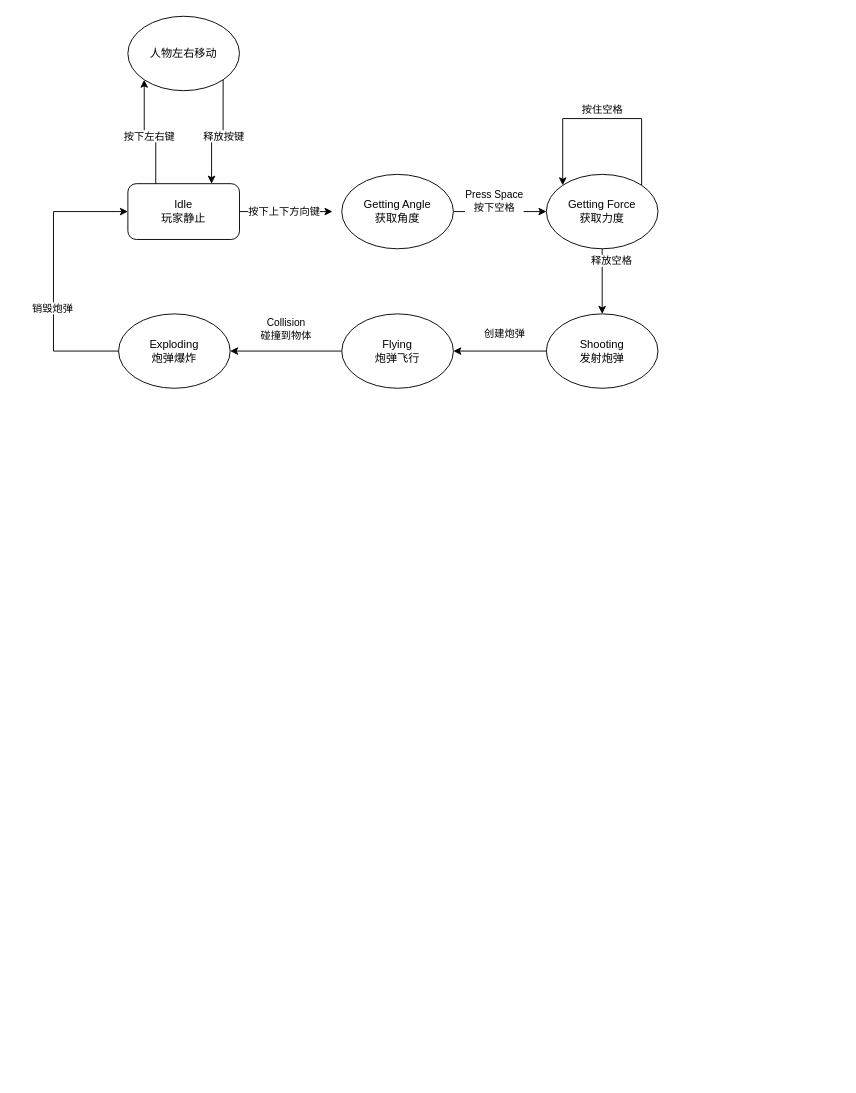
The draw.io diagram openDDT/设计文档/状态机.drawio in wangqqiyue/Games, before the edit. Source tidied: cells renumbered, new cells numbered last; positions are measured from the earlier drawing's top-left corner, leaving out a move shared by most shapes. Both pictures are drawn from the tidied source at 93%, with x=0, y=0 at pixel (53, 16).
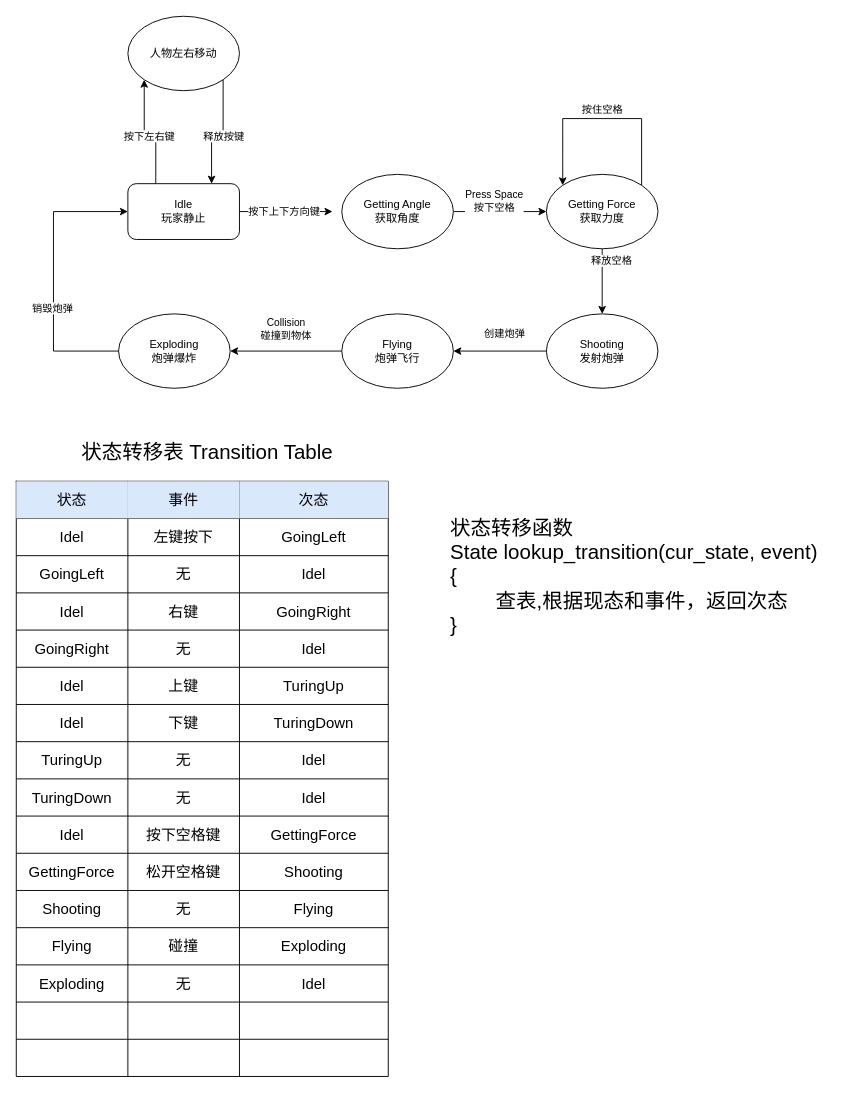
The same page after the edit.

Commit message:
[design] 更新状态机,增加状态转移表

Change to the diagram source:
```diff
@@
+    <mxCell id="27" style="shape=table;startSize=0;childLayout=tableLayout;fontSize=16;" parent="1" vertex="1">
+      <mxGeometry x="-40" y="500" width="400" height="640" as="geometry" />
+    </mxCell>
+    <mxCell id="28" style="shape=tableRow;horizontal=0;startSize=0;swimlaneHead=0;swimlaneBody=0;strokeColor=inherit;top=0;left=0;bottom=0;right=0;fillColor=none;fontSize=16;" parent="27" vertex="1">
+      <mxGeometry width="400" height="40" as="geometry" />
+    </mxCell>
+    <mxCell id="29" value="状态" style="shape=partialRectangle;html=1;whiteSpace=wrap;strokeColor=#6c8ebf;overflow=hidden;fillColor=#dae8fc;top=0;left=0;bottom=0;right=0;fontSize=16;" parent="28" vertex="1">
+      <mxGeometry width="120" height="40" as="geometry" />
+    </mxCell>
+    <mxCell id="30" value="事件" style="shape=partialRectangle;html=1;whiteSpace=wrap;strokeColor=#6c8ebf;overflow=hidden;fillColor=#dae8fc;top=0;left=0;bottom=0;right=0;fontSize=16;" parent="28" vertex="1">
+      <mxGeometry x="120" width="120" height="40" as="geometry" />
+    </mxCell>
+    <mxCell id="31" value="次态" style="shape=partialRectangle;html=1;whiteSpace=wrap;strokeColor=#6c8ebf;overflow=hidden;fillColor=#dae8fc;top=0;left=0;bottom=0;right=0;fontSize=16;" parent="28" vertex="1">
+      <mxGeometry x="240" width="160" height="40" as="geometry" />
+    </mxCell>
+    <mxCell id="32" style="shape=tableRow;horizontal=0;startSize=0;swimlaneHead=0;swimlaneBody=0;strokeColor=inherit;top=0;left=0;bottom=0;right=0;fillColor=none;fontSize=16;" parent="27" vertex="1">
+      <mxGeometry y="40" width="400" height="40" as="geometry" />
+    </mxCell>
+    <mxCell id="33" value="Idel" style="shape=partialRectangle;html=1;whiteSpace=wrap;strokeColor=inherit;overflow=hidden;fillColor=none;top=0;left=0;bottom=0;right=0;fontSize=16;" parent="32" vertex="1">
+      <mxGeometry width="120" height="40" as="geometry" />
+    </mxCell>
+    <mxCell id="34" value="左键按下" style="shape=partialRectangle;html=1;whiteSpace=wrap;strokeColor=inherit;overflow=hidden;fillColor=none;top=0;left=0;bottom=0;right=0;fontSize=16;" parent="32" vertex="1">
+      <mxGeometry x="120" width="120" height="40" as="geometry" />
+    </mxCell>
+    <mxCell id="35" value="GoingLeft" style="shape=partialRectangle;html=1;whiteSpace=wrap;strokeColor=inherit;overflow=hidden;fillColor=none;top=0;left=0;bottom=0;right=0;fontSize=16;" parent="32" vertex="1">
+      <mxGeometry x="240" width="160" height="40" as="geometry" />
+    </mxCell>
+    <mxCell id="36" style="shape=tableRow;horizontal=0;startSize=0;swimlaneHead=0;swimlaneBody=0;strokeColor=inherit;top=0;left=0;bottom=0;right=0;fillColor=none;fontSize=16;" parent="27" vertex="1">
+      <mxGeometry y="80" width="400" height="40" as="geometry" />
+    </mxCell>
+    <mxCell id="37" value="GoingLeft" style="shape=partialRectangle;html=1;whiteSpace=wrap;strokeColor=inherit;overflow=hidden;fillColor=none;top=0;left=0;bottom=0;right=0;fontSize=16;" parent="36" vertex="1">
+      <mxGeometry width="120" height="40" as="geometry" />
+    </mxCell>
+    <mxCell id="38" value="无" style="shape=partialRectangle;html=1;whiteSpace=wrap;strokeColor=inherit;overflow=hidden;fillColor=none;top=0;left=0;bottom=0;right=0;fontSize=16;" parent="36" vertex="1">
+      <mxGeometry x="120" width="120" height="40" as="geometry" />
+    </mxCell>
+    <mxCell id="39" value="Idel" style="shape=partialRectangle;html=1;whiteSpace=wrap;strokeColor=inherit;overflow=hidden;fillColor=none;top=0;left=0;bottom=0;right=0;fontSize=16;" parent="36" vertex="1">
+      <mxGeometry x="240" width="160" height="40" as="geometry" />
+    </mxCell>
+    <mxCell id="40" style="shape=tableRow;horizontal=0;startSize=0;swimlaneHead=0;swimlaneBody=0;strokeColor=inherit;top=0;left=0;bottom=0;right=0;fillColor=none;fontSize=16;" parent="27" vertex="1">
+      <mxGeometry y="120" width="400" height="40" as="geometry" />
+    </mxCell>
+    <mxCell id="41" value="Idel" style="shape=partialRectangle;html=1;whiteSpace=wrap;strokeColor=inherit;overflow=hidden;fillColor=none;top=0;left=0;bottom=0;right=0;fontSize=16;" parent="40" vertex="1">
+      <mxGeometry width="120" height="40" as="geometry" />
+    </mxCell>
+    <mxCell id="42" value="右键" style="shape=partialRectangle;html=1;whiteSpace=wrap;strokeColor=inherit;overflow=hidden;fillColor=none;top=0;left=0;bottom=0;right=0;fontSize=16;" parent="40" vertex="1">
+      <mxGeometry x="120" width="120" height="40" as="geometry" />
+    </mxCell>
+    <mxCell id="43" value="GoingRight" style="shape=partialRectangle;html=1;whiteSpace=wrap;strokeColor=inherit;overflow=hidden;fillColor=none;top=0;left=0;bottom=0;right=0;fontSize=16;" parent="40" vertex="1">
+      <mxGeometry x="240" width="160" height="40" as="geometry" />
+    </mxCell>
+    <mxCell id="44" style="shape=tableRow;horizontal=0;startSize=0;swimlaneHead=0;swimlaneBody=0;strokeColor=inherit;top=0;left=0;bottom=0;right=0;fillColor=none;fontSize=16;" parent="27" vertex="1">
+      <mxGeometry y="160" width="400" height="40" as="geometry" />
+    </mxCell>
+    <mxCell id="45" value="GoingRight" style="shape=partialRectangle;html=1;whiteSpace=wrap;strokeColor=inherit;overflow=hidden;fillColor=none;top=0;left=0;bottom=0;right=0;fontSize=16;" parent="44" vertex="1">
+      <mxGeometry width="120" height="40" as="geometry" />
+    </mxCell>
+    <mxCell id="46" value="无" style="shape=partialRectangle;html=1;whiteSpace=wrap;strokeColor=inherit;overflow=hidden;fillColor=none;top=0;left=0;bottom=0;right=0;fontSize=16;" parent="44" vertex="1">
+      <mxGeometry x="120" width="120" height="40" as="geometry" />
+    </mxCell>
+    <mxCell id="47" value="Idel" style="shape=partialRectangle;html=1;whiteSpace=wrap;strokeColor=inherit;overflow=hidden;fillColor=none;top=0;left=0;bottom=0;right=0;fontSize=16;" parent="44" vertex="1">
+      <mxGeometry x="240" width="160" height="40" as="geometry" />
+    </mxCell>
+    <mxCell id="48" style="shape=tableRow;horizontal=0;startSize=0;swimlaneHead=0;swimlaneBody=0;strokeColor=inherit;top=0;left=0;bottom=0;right=0;fillColor=none;fontSize=16;" parent="27" vertex="1">
+      <mxGeometry y="200" width="400" height="40" as="geometry" />
+    </mxCell>
+    <mxCell id="49" value="Idel" style="shape=partialRectangle;html=1;whiteSpace=wrap;strokeColor=inherit;overflow=hidden;fillColor=none;top=0;left=0;bottom=0;right=0;fontSize=16;" parent="48" vertex="1">
+      <mxGeometry width="120" height="40" as="geometry" />
+    </mxCell>
+    <mxCell id="50" value="上键" style="shape=partialRectangle;html=1;whiteSpace=wrap;strokeColor=inherit;overflow=hidden;fillColor=none;top=0;left=0;bottom=0;right=0;fontSize=16;" parent="48" vertex="1">
+      <mxGeometry x="120" width="120" height="40" as="geometry" />
+    </mxCell>
+    <mxCell id="51" value="TuringUp" style="shape=partialRectangle;html=1;whiteSpace=wrap;strokeColor=inherit;overflow=hidden;fillColor=none;top=0;left=0;bottom=0;right=0;fontSize=16;" parent="48" vertex="1">
+      <mxGeometry x="240" width="160" height="40" as="geometry" />
+    </mxCell>
+    <mxCell id="52" style="shape=tableRow;horizontal=0;startSize=0;swimlaneHead=0;swimlaneBody=0;strokeColor=inherit;top=0;left=0;bottom=0;right=0;fillColor=none;fontSize=16;" parent="27" vertex="1">
+      <mxGeometry y="240" width="400" height="40" as="geometry" />
+    </mxCell>
+    <mxCell id="53" value="Idel" style="shape=partialRectangle;html=1;whiteSpace=wrap;strokeColor=inherit;overflow=hidden;fillColor=none;top=0;left=0;bottom=0;right=0;fontSize=16;" parent="52" vertex="1">
+      <mxGeometry width="120" height="40" as="geometry" />
+    </mxCell>
+    <mxCell id="54" value="下键" style="shape=partialRectangle;html=1;whiteSpace=wrap;strokeColor=inherit;overflow=hidden;fillColor=none;top=0;left=0;bottom=0;right=0;fontSize=16;" parent="52" vertex="1">
+      <mxGeometry x="120" width="120" height="40" as="geometry" />
+    </mxCell>
+    <mxCell id="55" value="TuringDown" style="shape=partialRectangle;html=1;whiteSpace=wrap;strokeColor=inherit;overflow=hidden;fillColor=none;top=0;left=0;bottom=0;right=0;fontSize=16;" parent="52" vertex="1">
+      <mxGeometry x="240" width="160" height="40" as="geometry" />
+    </mxCell>
+    <mxCell id="56" style="shape=tableRow;horizontal=0;startSize=0;swimlaneHead=0;swimlaneBody=0;strokeColor=inherit;top=0;left=0;bottom=0;right=0;fillColor=none;fontSize=16;" parent="27" vertex="1">
+      <mxGeometry y="280" width="400" height="40" as="geometry" />
+    </mxCell>
+    <mxCell id="57" value="TuringUp" style="shape=partialRectangle;html=1;whiteSpace=wrap;strokeColor=inherit;overflow=hidden;fillColor=none;top=0;left=0;bottom=0;right=0;fontSize=16;" parent="56" vertex="1">
+      <mxGeometry width="120" height="40" as="geometry" />
+    </mxCell>
+    <mxCell id="58" value="无" style="shape=partialRectangle;html=1;whiteSpace=wrap;strokeColor=inherit;overflow=hidden;fillColor=none;top=0;left=0;bottom=0;right=0;fontSize=16;" parent="56" vertex="1">
+      <mxGeometry x="120" width="120" height="40" as="geometry" />
+    </mxCell>
+    <mxCell id="59" value="Idel" style="shape=partialRectangle;html=1;whiteSpace=wrap;strokeColor=inherit;overflow=hidden;fillColor=none;top=0;left=0;bottom=0;right=0;fontSize=16;" parent="56" vertex="1">
+      <mxGeometry x="240" width="160" height="40" as="geometry" />
+    </mxCell>
+    <mxCell id="60" style="shape=tableRow;horizontal=0;startSize=0;swimlaneHead=0;swimlaneBody=0;strokeColor=inherit;top=0;left=0;bottom=0;right=0;fillColor=none;fontSize=16;" parent="27" vertex="1">
+      <mxGeometry y="320" width="400" height="40" as="geometry" />
+    </mxCell>
+    <mxCell id="61" value="TuringDown" style="shape=partialRectangle;html=1;whiteSpace=wrap;strokeColor=inherit;overflow=hidden;fillColor=none;top=0;left=0;bottom=0;right=0;fontSize=16;" parent="60" vertex="1">
+      <mxGeometry width="120" height="40" as="geometry" />
+    </mxCell>
+    <mxCell id="62" value="无" style="shape=partialRectangle;html=1;whiteSpace=wrap;strokeColor=inherit;overflow=hidden;fillColor=none;top=0;left=0;bottom=0;right=0;fontSize=16;" parent="60" vertex="1">
+      <mxGeometry x="120" width="120" height="40" as="geometry" />
+    </mxCell>
+    <mxCell id="63" value="Idel" style="shape=partialRectangle;html=1;whiteSpace=wrap;strokeColor=inherit;overflow=hidden;fillColor=none;top=0;left=0;bottom=0;right=0;fontSize=16;" parent="60" vertex="1">
+      <mxGeometry x="240" width="160" height="40" as="geometry" />
+    </mxCell>
+    <mxCell id="64" style="shape=tableRow;horizontal=0;startSize=0;swimlaneHead=0;swimlaneBody=0;strokeColor=inherit;top=0;left=0;bottom=0;right=0;fillColor=none;fontSize=16;" parent="27" vertex="1">
+      <mxGeometry y="360" width="400" height="40" as="geometry" />
+    </mxCell>
+    <mxCell id="65" value="Idel" style="shape=partialRectangle;html=1;whiteSpace=wrap;strokeColor=inherit;overflow=hidden;fillColor=none;top=0;left=0;bottom=0;right=0;fontSize=16;" parent="64" vertex="1">
+      <mxGeometry width="120" height="40" as="geometry" />
+    </mxCell>
+    <mxCell id="66" value="按下空格键" style="shape=partialRectangle;html=1;whiteSpace=wrap;strokeColor=inherit;overflow=hidden;fillColor=none;top=0;left=0;bottom=0;right=0;fontSize=16;" parent="64" vertex="1">
+      <mxGeometry x="120" width="120" height="40" as="geometry" />
+    </mxCell>
+    <mxCell id="67" value="GettingForce" style="shape=partialRectangle;html=1;whiteSpace=wrap;strokeColor=inherit;overflow=hidden;fillColor=none;top=0;left=0;bottom=0;right=0;fontSize=16;" parent="64" vertex="1">
+      <mxGeometry x="240" width="160" height="40" as="geometry" />
+    </mxCell>
+    <mxCell id="68" style="shape=tableRow;horizontal=0;startSize=0;swimlaneHead=0;swimlaneBody=0;strokeColor=inherit;top=0;left=0;bottom=0;right=0;fillColor=none;fontSize=16;" parent="27" vertex="1">
+      <mxGeometry y="400" width="400" height="40" as="geometry" />
+    </mxCell>
+    <mxCell id="69" value="GettingForce" style="shape=partialRectangle;html=1;whiteSpace=wrap;strokeColor=inherit;overflow=hidden;fillColor=none;top=0;left=0;bottom=0;right=0;fontSize=16;" parent="68" vertex="1">
+      <mxGeometry width="120" height="40" as="geometry" />
+    </mxCell>
+    <mxCell id="70" value="松开空格键" style="shape=partialRectangle;html=1;whiteSpace=wrap;strokeColor=inherit;overflow=hidden;fillColor=none;top=0;left=0;bottom=0;right=0;fontSize=16;" parent="68" vertex="1">
+      <mxGeometry x="120" width="120" height="40" as="geometry" />
+    </mxCell>
+    <mxCell id="71" value="Shooting" style="shape=partialRectangle;html=1;whiteSpace=wrap;strokeColor=inherit;overflow=hidden;fillColor=none;top=0;left=0;bottom=0;right=0;fontSize=16;" parent="68" vertex="1">
+      <mxGeometry x="240" width="160" height="40" as="geometry" />
+    </mxCell>
+    <mxCell id="72" style="shape=tableRow;horizontal=0;startSize=0;swimlaneHead=0;swimlaneBody=0;strokeColor=inherit;top=0;left=0;bottom=0;right=0;fillColor=none;fontSize=16;" parent="27" vertex="1">
+      <mxGeometry y="440" width="400" height="40" as="geometry" />
+    </mxCell>
+    <mxCell id="73" value="Shooting" style="shape=partialRectangle;html=1;whiteSpace=wrap;strokeColor=inherit;overflow=hidden;fillColor=none;top=0;left=0;bottom=0;right=0;fontSize=16;" parent="72" vertex="1">
+      <mxGeometry width="120" height="40" as="geometry" />
+    </mxCell>
+    <mxCell id="74" value="无" style="shape=partialRectangle;html=1;whiteSpace=wrap;strokeColor=inherit;overflow=hidden;fillColor=none;top=0;left=0;bottom=0;right=0;fontSize=16;" parent="72" vertex="1">
+      <mxGeometry x="120" width="120" height="40" as="geometry" />
+    </mxCell>
+    <mxCell id="75" value="Flying" style="shape=partialRectangle;html=1;whiteSpace=wrap;strokeColor=inherit;overflow=hidden;fillColor=none;top=0;left=0;bottom=0;right=0;fontSize=16;" parent="72" vertex="1">
+      <mxGeometry x="240" width="160" height="40" as="geometry" />
+    </mxCell>
+    <mxCell id="76" style="shape=tableRow;horizontal=0;startSize=0;swimlaneHead=0;swimlaneBody=0;strokeColor=inherit;top=0;left=0;bottom=0;right=0;fillColor=none;fontSize=16;" parent="27" vertex="1">
+      <mxGeometry y="480" width="400" height="40" as="geometry" />
+    </mxCell>
+    <mxCell id="77" value="Flying" style="shape=partialRectangle;html=1;whiteSpace=wrap;strokeColor=inherit;overflow=hidden;fillColor=none;top=0;left=0;bottom=0;right=0;fontSize=16;" parent="76" vertex="1">
+      <mxGeometry width="120" height="40" as="geometry" />
+    </mxCell>
+    <mxCell id="78" value="碰撞" style="shape=partialRectangle;html=1;whiteSpace=wrap;strokeColor=inherit;overflow=hidden;fillColor=none;top=0;left=0;bottom=0;right=0;fontSize=16;" parent="76" vertex="1">
+      <mxGeometry x="120" width="120" height="40" as="geometry" />
+    </mxCell>
+    <mxCell id="79" value="Exploding" style="shape=partialRectangle;html=1;whiteSpace=wrap;strokeColor=inherit;overflow=hidden;fillColor=none;top=0;left=0;bottom=0;right=0;fontSize=16;" parent="76" vertex="1">
+      <mxGeometry x="240" width="160" height="40" as="geometry" />
+    </mxCell>
+    <mxCell id="80" style="shape=tableRow;horizontal=0;startSize=0;swimlaneHead=0;swimlaneBody=0;strokeColor=inherit;top=0;left=0;bottom=0;right=0;fillColor=none;fontSize=16;" parent="27" vertex="1">
+      <mxGeometry y="520" width="400" height="40" as="geometry" />
+    </mxCell>
+    <mxCell id="81" value="Exploding" style="shape=partialRectangle;html=1;whiteSpace=wrap;strokeColor=inherit;overflow=hidden;fillColor=none;top=0;left=0;bottom=0;right=0;fontSize=16;" parent="80" vertex="1">
+      <mxGeometry width="120" height="40" as="geometry" />
+    </mxCell>
+    <mxCell id="82" value="无" style="shape=partialRectangle;html=1;whiteSpace=wrap;strokeColor=inherit;overflow=hidden;fillColor=none;top=0;left=0;bottom=0;right=0;fontSize=16;" parent="80" vertex="1">
+      <mxGeometry x="120" width="120" height="40" as="geometry" />
+    </mxCell>
+    <mxCell id="83" value="Idel" style="shape=partialRectangle;html=1;whiteSpace=wrap;strokeColor=inherit;overflow=hidden;fillColor=none;top=0;left=0;bottom=0;right=0;fontSize=16;" parent="80" vertex="1">
+      <mxGeometry x="240" width="160" height="40" as="geometry" />
+    </mxCell>
+    <mxCell id="84" style="shape=tableRow;horizontal=0;startSize=0;swimlaneHead=0;swimlaneBody=0;strokeColor=inherit;top=0;left=0;bottom=0;right=0;fillColor=none;fontSize=16;" parent="27" vertex="1">
+      <mxGeometry y="560" width="400" height="40" as="geometry" />
+    </mxCell>
+    <mxCell id="85" style="shape=partialRectangle;html=1;whiteSpace=wrap;strokeColor=inherit;overflow=hidden;fillColor=none;top=0;left=0;bottom=0;right=0;fontSize=16;" parent="84" vertex="1">
+      <mxGeometry width="120" height="40" as="geometry" />
+    </mxCell>
+    <mxCell id="86" style="shape=partialRectangle;html=1;whiteSpace=wrap;strokeColor=inherit;overflow=hidden;fillColor=none;top=0;left=0;bottom=0;right=0;fontSize=16;" parent="84" vertex="1">
+      <mxGeometry x="120" width="120" height="40" as="geometry" />
+    </mxCell>
+    <mxCell id="87" style="shape=partialRectangle;html=1;whiteSpace=wrap;strokeColor=inherit;overflow=hidden;fillColor=none;top=0;left=0;bottom=0;right=0;fontSize=16;" parent="84" vertex="1">
+      <mxGeometry x="240" width="160" height="40" as="geometry" />
+    </mxCell>
+    <mxCell id="88" style="shape=tableRow;horizontal=0;startSize=0;swimlaneHead=0;swimlaneBody=0;strokeColor=inherit;top=0;left=0;bottom=0;right=0;fillColor=none;fontSize=16;" parent="27" vertex="1">
+      <mxGeometry y="600" width="400" height="40" as="geometry" />
+    </mxCell>
+    <mxCell id="89" style="shape=partialRectangle;html=1;whiteSpace=wrap;strokeColor=inherit;overflow=hidden;fillColor=none;top=0;left=0;bottom=0;right=0;fontSize=16;" parent="88" vertex="1">
+      <mxGeometry width="120" height="40" as="geometry" />
+    </mxCell>
+    <mxCell id="90" style="shape=partialRectangle;html=1;whiteSpace=wrap;strokeColor=inherit;overflow=hidden;fillColor=none;top=0;left=0;bottom=0;right=0;fontSize=16;" parent="88" vertex="1">
+      <mxGeometry x="120" width="120" height="40" as="geometry" />
+    </mxCell>
+    <mxCell id="91" style="shape=partialRectangle;html=1;whiteSpace=wrap;strokeColor=inherit;overflow=hidden;fillColor=none;top=0;left=0;bottom=0;right=0;fontSize=16;" parent="88" vertex="1">
+      <mxGeometry x="240" width="160" height="40" as="geometry" />
+    </mxCell>
+    <mxCell id="92" value="&lt;font style=&quot;font-size: 22px;&quot;&gt;状态转移表 Transition Table&lt;/font&gt;" style="text;html=1;align=center;verticalAlign=middle;strokeColor=none;fillColor=none;" parent="1" vertex="1">
+      <mxGeometry x="20" y="450" width="290" height="40" as="geometry" />
+    </mxCell>
+    <mxCell id="93" value="&lt;font style=&quot;font-size: 22px;&quot;&gt;状态转移函数&lt;br&gt;State lookup_transition(cur_state, event)&lt;br&gt;{&lt;/font&gt;&lt;div&gt;&lt;font style=&quot;font-size: 22px;&quot;&gt;&lt;span style=&quot;white-space: pre;&quot;&gt;&#9;&lt;/span&gt;查表,根据现态和事件，返回次态&lt;br&gt;&lt;/font&gt;&lt;/div&gt;&lt;div&gt;&lt;font style=&quot;font-size: 22px;&quot;&gt;}&lt;/font&gt;&lt;/div&gt;" style="text;html=1;align=left;verticalAlign=middle;strokeColor=none;fillColor=none;" parent="1" vertex="1">
+      <mxGeometry x="425" y="528" width="420" height="150" as="geometry" />
+    </mxCell>
```
